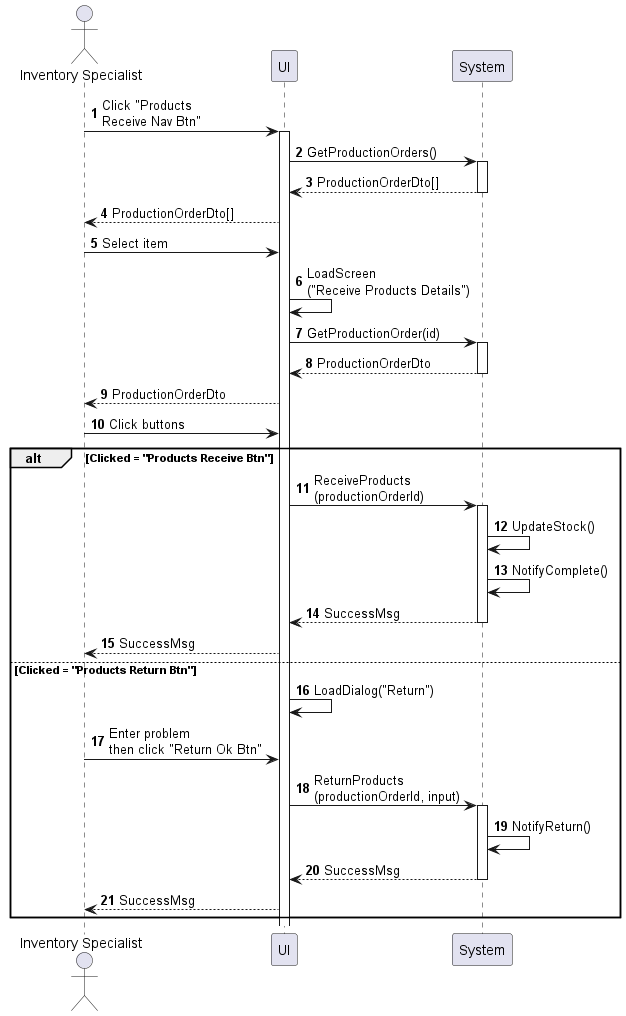
The PlantUML diagram sequences/inventory-product-receive.png in phihungha/scmss-reqs, before a commit.
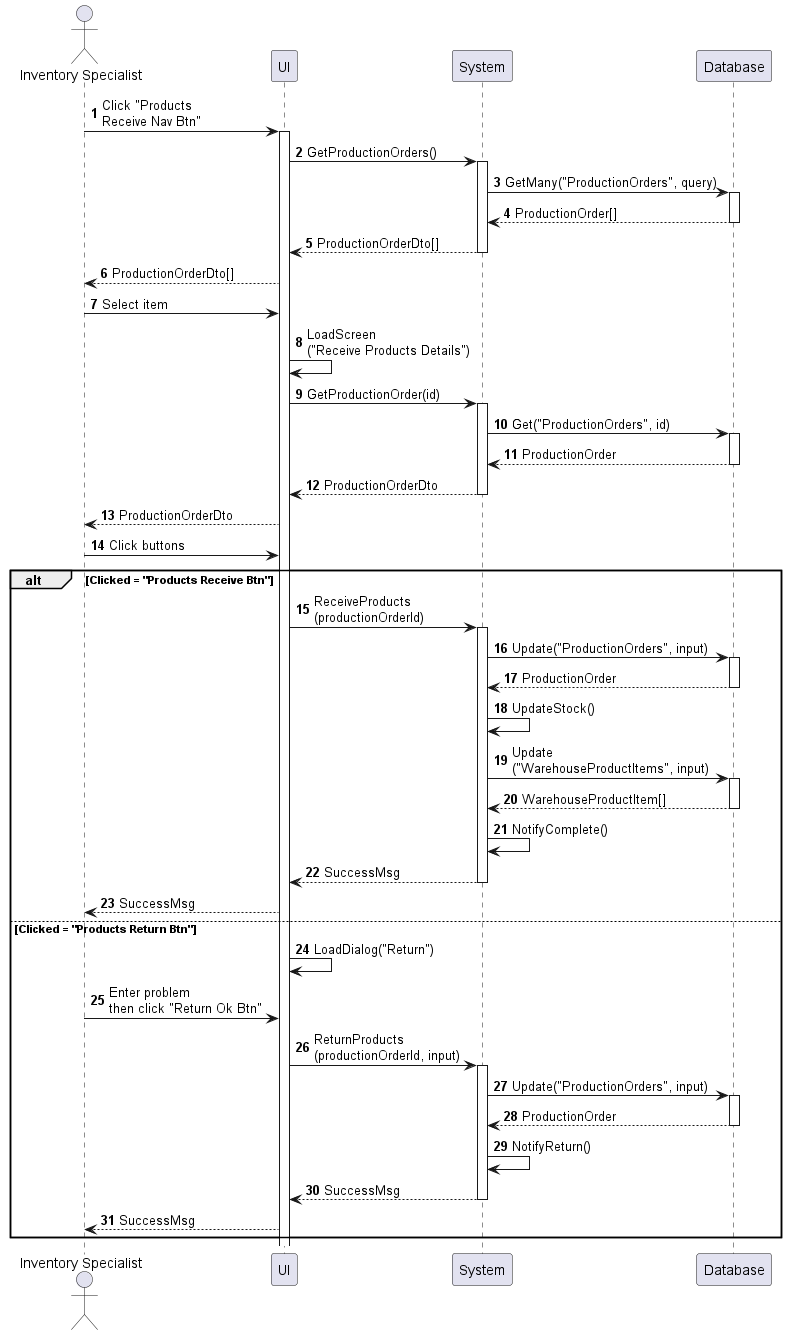
The same diagram one commit later.

Change to the diagram source:
```diff
@@ -4,17 +4,24 @@
 actor "Inventory Specialist" as a
 participant UI as f
 participant System as b
+participant Database as d
 
 a -> f : Click "Products\nReceive Nav Btn"
 activate f
 f -> b : GetProductionOrders()
 activate b
+b -> d : GetMany("ProductionOrders", query)
+activate d
+return ProductionOrder[]
 return ProductionOrderDto[]
 f --> a : ProductionOrderDto[]
 a -> f : Select item
 f -> f : LoadScreen\n("Receive Products Details")
 f -> b : GetProductionOrder(id)
 activate b
+b -> d : Get("ProductionOrders", id)
+activate d
+return ProductionOrder
 return ProductionOrderDto
 f --> a : ProductionOrderDto
 a -> f : Click buttons
@@ -22,7 +29,13 @@
 alt Clicked = "Products Receive Btn"
     f -> b : ReceiveProducts\n(productionOrderId)
     activate b
+    b -> d : Update("ProductionOrders", input)
+    activate d
+    return ProductionOrder
     b -> b : UpdateStock()
+    b -> d : Update\n("WarehouseProductItems", input)
+    activate d
+    return WarehouseProductItem[]
     b -> b : NotifyComplete()
     return SuccessMsg
     f --> a : SuccessMsg
@@ -31,6 +44,9 @@
     a -> f : Enter problem\nthen click "Return Ok Btn"
     f -> b : ReturnProducts\n(productionOrderId, input)
     activate b
+    b -> d : Update("ProductionOrders", input)
+    activate d
+    return ProductionOrder
     b -> b : NotifyReturn()
     return SuccessMsg
     f --> a : SuccessMsg
```
